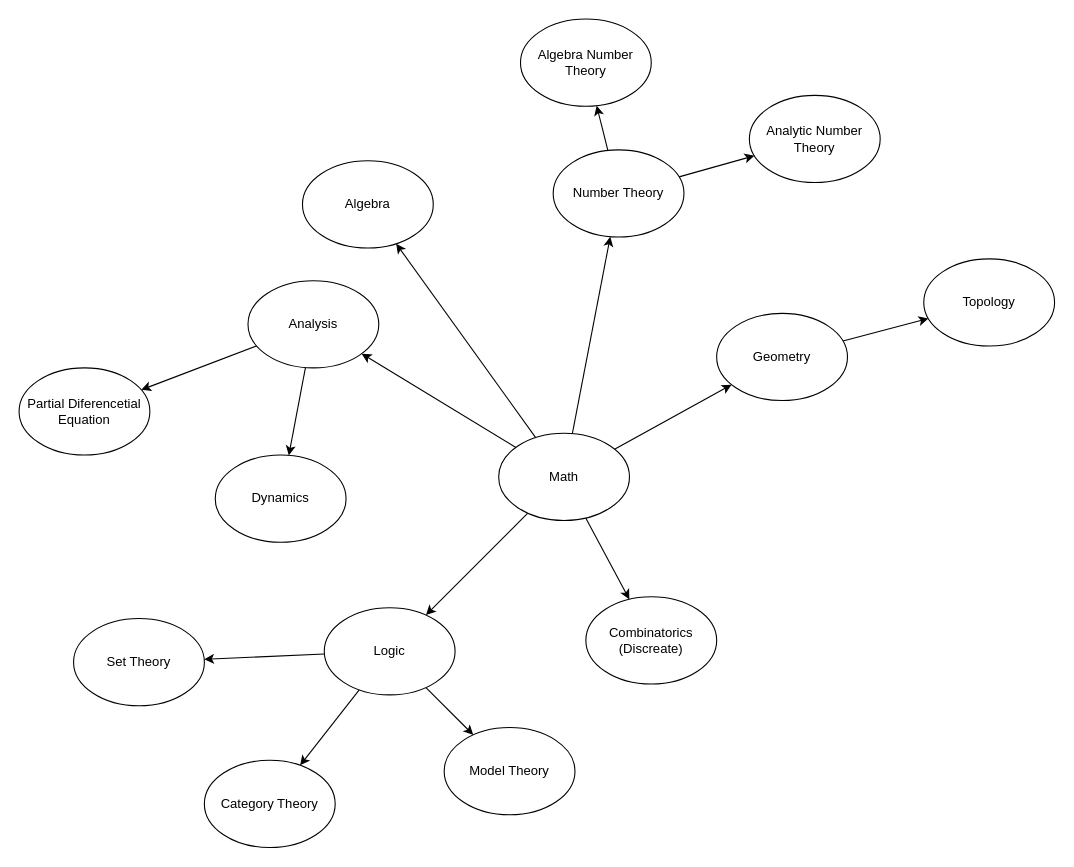
Before: math.drawio in chavp/data-modeling, a draw.io diagram. Source tidied: cells renumbered, new cells numbered last; positions are measured from the earlier drawing's top-left corner, leaving out a move shared by most shapes. Both pictures are drawn from the tidied source at 109%, with x=0, y=0 at pixel (19, 19).
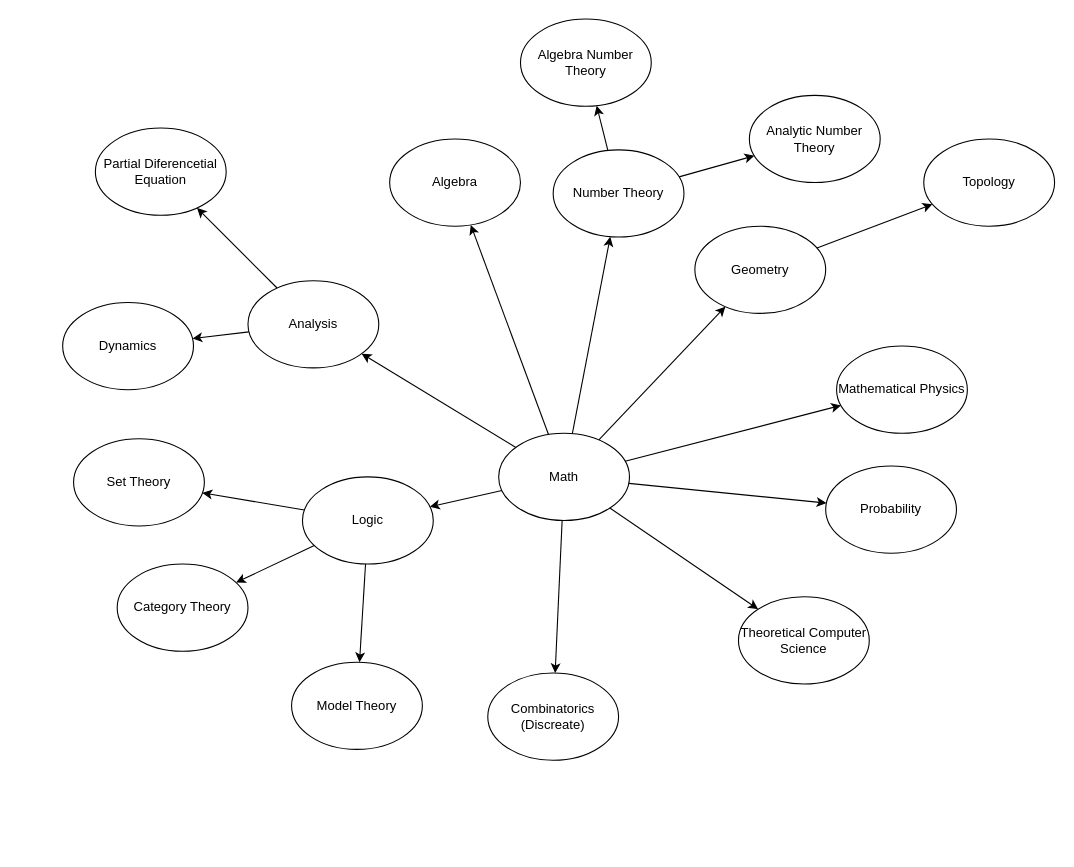
After the change.

Unchanged cells that the change refers to:
```xml
<mxCell id="8" value="Math" style="ellipse;whiteSpace=wrap;html=1;" parent="1" vertex="1">
  <mxGeometry x="440" y="380" width="120" height="80" as="geometry" />
</mxCell>
```

The edit, as a diff of the source:
```diff
@@
+    <mxCell id="31" style="edgeStyle=none;rounded=0;jettySize=auto;html=1;" parent="1" edge="1" source="8" target="34">
+      <mxGeometry relative="1" as="geometry" />
+    </mxCell>
+    <mxCell id="32" style="edgeStyle=none;rounded=0;jettySize=auto;html=1;" parent="1" edge="1" source="8" target="35">
+      <mxGeometry relative="1" as="geometry" />
+    </mxCell>
+    <mxCell id="33" style="edgeStyle=none;rounded=0;jettySize=auto;html=1;" parent="1" edge="1" source="8" target="36">
+      <mxGeometry relative="1" as="geometry" />
+    </mxCell>
@@
     <mxCell id="9" value="Algebra" style="ellipse;whiteSpace=wrap;html=1;" parent="1" vertex="1">
-      <mxGeometry x="260" y="130" width="120" height="80" as="geometry" />
+      <mxGeometry x="340" y="110" width="120" height="80" as="geometry" />
     </mxCell>
@@
     <mxCell id="14" value="Geometry" style="ellipse;whiteSpace=wrap;html=1;" parent="1" vertex="1">
-      <mxGeometry x="640" y="270" width="120" height="80" as="geometry" />
+      <mxGeometry x="620" y="190" width="120" height="80" as="geometry" />
     </mxCell>
@@
     <mxCell id="17" value="Topology" style="ellipse;whiteSpace=wrap;html=1;" parent="1" vertex="1">
-      <mxGeometry x="830" y="220" width="120" height="80" as="geometry" />
+      <mxGeometry x="830" y="110" width="120" height="80" as="geometry" />
     </mxCell>
@@
     <mxCell id="21" value="Partial Diferencetial Equation" style="ellipse;whiteSpace=wrap;html=1;" parent="1" vertex="1">
-      <mxGeometry y="320" width="120" height="80" as="geometry" />
+      <mxGeometry x="70" y="100" width="120" height="80" as="geometry" />
     </mxCell>
     <mxCell id="22" value="Dynamics" style="ellipse;whiteSpace=wrap;html=1;" parent="1" vertex="1">
-      <mxGeometry x="180" y="400" width="120" height="80" as="geometry" />
+      <mxGeometry x="40" y="260" width="120" height="80" as="geometry" />
     </mxCell>
@@
     <mxCell id="26" value="Logic" style="ellipse;whiteSpace=wrap;html=1;" parent="1" vertex="1">
-      <mxGeometry x="280" y="540" width="120" height="80" as="geometry" />
+      <mxGeometry x="260" y="420" width="120" height="80" as="geometry" />
     </mxCell>
     <mxCell id="27" value="Set Theory" style="ellipse;whiteSpace=wrap;html=1;" parent="1" vertex="1">
-      <mxGeometry x="50" y="550" width="120" height="80" as="geometry" />
+      <mxGeometry x="50" y="385" width="120" height="80" as="geometry" />
     </mxCell>
     <mxCell id="28" value="Category Theory" style="ellipse;whiteSpace=wrap;html=1;" parent="1" vertex="1">
-      <mxGeometry x="170" y="680" width="120" height="80" as="geometry" />
+      <mxGeometry x="90" y="500" width="120" height="80" as="geometry" />
     </mxCell>
     <mxCell id="29" value="Model Theory" style="ellipse;whiteSpace=wrap;html=1;" parent="1" vertex="1">
-      <mxGeometry x="390" y="650" width="120" height="80" as="geometry" />
+      <mxGeometry x="250" y="590" width="120" height="80" as="geometry" />
     </mxCell>
     <mxCell id="30" value="Combinatorics&lt;br&gt;(Discreate)" style="ellipse;whiteSpace=wrap;html=1;" parent="1" vertex="1">
-      <mxGeometry x="520" y="530" width="120" height="80" as="geometry" />
+      <mxGeometry x="430" y="600" width="120" height="80" as="geometry" />
     </mxCell>
+    <mxCell id="34" value="Theoretical Computer Science" style="ellipse;whiteSpace=wrap;html=1;" parent="1" vertex="1">
+      <mxGeometry x="660" y="530" width="120" height="80" as="geometry" />
+    </mxCell>
+    <mxCell id="35" value="Probability" style="ellipse;whiteSpace=wrap;html=1;" parent="1" vertex="1">
+      <mxGeometry x="740" y="410" width="120" height="80" as="geometry" />
+    </mxCell>
+    <mxCell id="36" value="Mathematical Physics" style="ellipse;whiteSpace=wrap;html=1;" parent="1" vertex="1">
+      <mxGeometry x="750" y="300" width="120" height="80" as="geometry" />
+    </mxCell>
```
